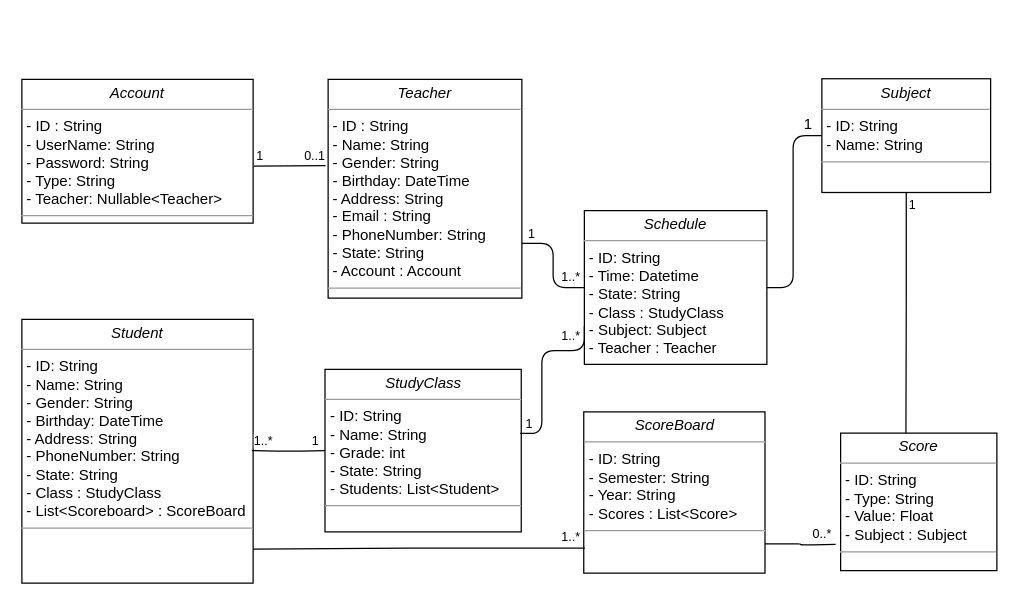
The draw.io diagram Docs/Class Diagram.drawio in lydongcanh/DO-AN-CONG-NGHE-MOI, before the edit. Source tidied: cells renumbered, new cells numbered last; positions are measured from the earlier drawing's top-left corner, leaving out a move shared by most shapes. Both pictures are drawn from the tidied source at 125%, with x=0, y=0 at pixel (21, 78).
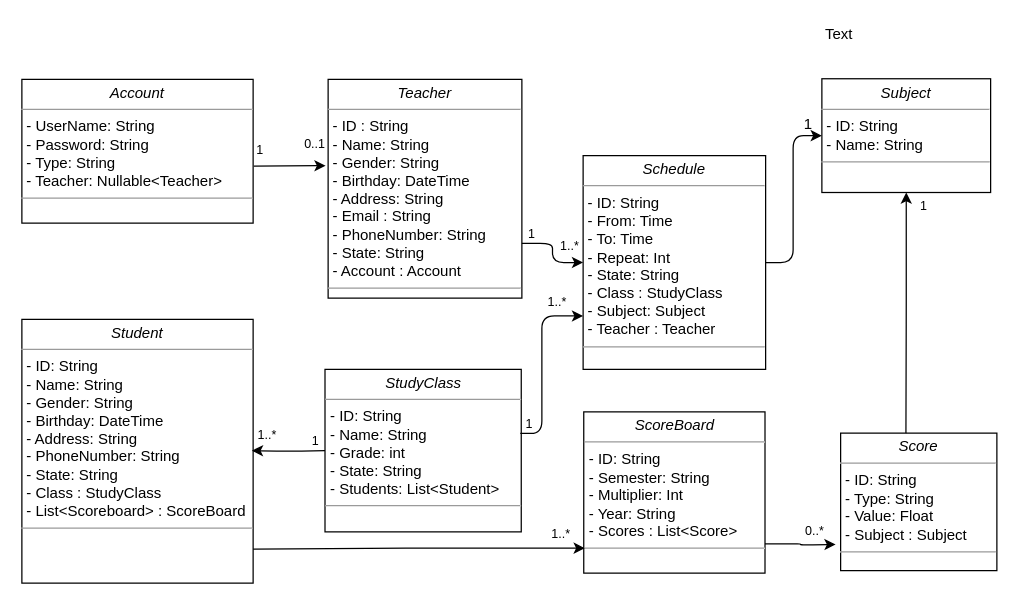
The same diagram, later.

Commit message (it also covers changes not shown here):
[Doc] Update report file, class & dynamodb diagrams.

Unchanged cells that the change refers to:
```xml
<mxCell id="3" value="&lt;p style=&quot;margin: 0px ; margin-top: 4px ; text-align: center&quot;&gt;&lt;i&gt;Teacher&lt;/i&gt;&lt;/p&gt;&lt;hr size=&quot;1&quot;&gt;&lt;p style=&quot;margin: 0px ; margin-left: 4px&quot;&gt;- ID : String&lt;/p&gt;&lt;p style=&quot;margin: 0px ; margin-left: 4px&quot;&gt;- Name: String&lt;/p&gt;&lt;p style=&quot;margin: 0px ; margin-left: 4px&quot;&gt;- Gender: String&lt;/p&gt;&lt;p style=&quot;margin: 0px ; margin-left: 4px&quot;&gt;- Birthday: DateTime&lt;/p&gt;&lt;p style=&quot;margin: 0px ; margin-left: 4px&quot;&gt;- Address: String&lt;/p&gt;&lt;p style=&quot;margin: 0px ; margin-left: 4px&quot;&gt;- Email : String&lt;/p&gt;&lt;p style=&quot;margin: 0px ; margin-left: 4px&quot;&gt;- PhoneNumber: String&lt;/p&gt;&lt;p style=&quot;margin: 0px ; margin-left: 4px&quot;&gt;- State: String&lt;/p&gt;&lt;p style=&quot;margin: 0px ; margin-left: 4px&quot;&gt;&lt;span&gt;- Account : Account&lt;/span&gt;&lt;br&gt;&lt;/p&gt;&lt;hr size=&quot;1&quot;&gt;&lt;p style=&quot;margin: 0px ; margin-left: 4px&quot;&gt;&lt;br&gt;&lt;br&gt;&lt;/p&gt;" style="verticalAlign=top;align=left;overflow=fill;fontSize=12;fontFamily=Helvetica;html=1;rounded=0;shadow=0;comic=0;labelBackgroundColor=none;strokeColor=#000000;strokeWidth=1;fillColor=#ffffff;" parent="1" vertex="1">
  <mxGeometry x="245" y="1" width="155" height="175" as="geometry" />
</mxCell>
<mxCell id="5" value="&lt;p style=&quot;margin: 0px ; margin-top: 4px ; text-align: center&quot;&gt;&lt;i&gt;Subject&lt;/i&gt;&lt;/p&gt;&lt;hr size=&quot;1&quot;&gt;&lt;p style=&quot;margin: 0px ; margin-left: 4px&quot;&gt;- ID: String&lt;/p&gt;&lt;p style=&quot;margin: 0px ; margin-left: 4px&quot;&gt;- Name: String&lt;/p&gt;&lt;hr size=&quot;1&quot;&gt;&lt;p style=&quot;margin: 0px ; margin-left: 4px&quot;&gt;&lt;br&gt;&lt;br&gt;&lt;/p&gt;" style="verticalAlign=top;align=left;overflow=fill;fontSize=12;fontFamily=Helvetica;html=1;rounded=0;shadow=0;comic=0;labelBackgroundColor=none;strokeColor=#000000;strokeWidth=1;fillColor=#ffffff;" parent="1" vertex="1">
  <mxGeometry x="640" y="0.5" width="135" height="91" as="geometry" />
</mxCell>
<mxCell id="7" value="&lt;p style=&quot;margin: 0px ; margin-top: 4px ; text-align: center&quot;&gt;&lt;i&gt;Score&lt;/i&gt;&lt;/p&gt;&lt;hr size=&quot;1&quot;&gt;&lt;p style=&quot;margin: 0px ; margin-left: 4px&quot;&gt;- ID: String&lt;/p&gt;&lt;p style=&quot;margin: 0px ; margin-left: 4px&quot;&gt;- Type: String&lt;/p&gt;&lt;p style=&quot;margin: 0px ; margin-left: 4px&quot;&gt;- Value: Float&lt;/p&gt;&lt;p style=&quot;margin: 0px ; margin-left: 4px&quot;&gt;- Subject : Subject&lt;br&gt;&lt;/p&gt;&lt;hr size=&quot;1&quot;&gt;&lt;p style=&quot;margin: 0px ; margin-left: 4px&quot;&gt;&lt;br&gt;&lt;br&gt;&lt;/p&gt;" style="verticalAlign=top;align=left;overflow=fill;fontSize=12;fontFamily=Helvetica;html=1;rounded=0;shadow=0;comic=0;labelBackgroundColor=none;strokeColor=#000000;strokeWidth=1;fillColor=#ffffff;" parent="1" vertex="1">
  <mxGeometry x="655" y="284" width="125" height="110" as="geometry" />
</mxCell>
<mxCell id="8" value="&lt;p style=&quot;margin: 0px ; margin-top: 4px ; text-align: center&quot;&gt;&lt;i&gt;Student&lt;/i&gt;&lt;/p&gt;&lt;hr size=&quot;1&quot;&gt;&lt;p style=&quot;margin: 0px ; margin-left: 4px&quot;&gt;- ID: String&lt;/p&gt;&lt;p style=&quot;margin: 0px ; margin-left: 4px&quot;&gt;- Name: String&lt;/p&gt;&lt;p style=&quot;margin: 0px ; margin-left: 4px&quot;&gt;- Gender: String&lt;/p&gt;&lt;p style=&quot;margin: 0px ; margin-left: 4px&quot;&gt;- Birthday: DateTime&lt;/p&gt;&lt;p style=&quot;margin: 0px ; margin-left: 4px&quot;&gt;- Address: String&lt;/p&gt;&lt;p style=&quot;margin: 0px ; margin-left: 4px&quot;&gt;- PhoneNumber: String&lt;/p&gt;&lt;p style=&quot;margin: 0px ; margin-left: 4px&quot;&gt;- State: String&lt;/p&gt;&lt;p style=&quot;margin: 0px ; margin-left: 4px&quot;&gt;- Class : StudyClass&lt;/p&gt;&lt;p style=&quot;margin: 0px ; margin-left: 4px&quot;&gt;&lt;span&gt;- List&amp;lt;Scoreboard&amp;gt; : ScoreBoard&lt;/span&gt;&lt;/p&gt;&lt;hr size=&quot;1&quot;&gt;&lt;p style=&quot;margin: 0px ; margin-left: 4px&quot;&gt;&lt;br&gt;&lt;br&gt;&lt;/p&gt;" style="verticalAlign=top;align=left;overflow=fill;fontSize=12;fontFamily=Helvetica;html=1;rounded=0;shadow=0;comic=0;labelBackgroundColor=none;strokeColor=#000000;strokeWidth=1;fillColor=#ffffff;" parent="1" vertex="1">
  <mxGeometry y="193" width="185" height="211" as="geometry" />
</mxCell>
<mxCell id="9" value="&lt;p style=&quot;margin: 0px ; margin-top: 4px ; text-align: center&quot;&gt;&lt;i&gt;StudyClass&lt;/i&gt;&lt;/p&gt;&lt;hr size=&quot;1&quot;&gt;&lt;p style=&quot;margin: 0px ; margin-left: 4px&quot;&gt;- ID: String&lt;/p&gt;&lt;p style=&quot;margin: 0px ; margin-left: 4px&quot;&gt;- Name: String&lt;/p&gt;&lt;p style=&quot;margin: 0px ; margin-left: 4px&quot;&gt;- Grade: int&lt;/p&gt;&lt;p style=&quot;margin: 0px ; margin-left: 4px&quot;&gt;- State: String&lt;/p&gt;&lt;p style=&quot;margin: 0px ; margin-left: 4px&quot;&gt;- Students: List&amp;lt;Student&amp;gt;&amp;nbsp;&lt;/p&gt;&lt;hr size=&quot;1&quot;&gt;&lt;p style=&quot;margin: 0px ; margin-left: 4px&quot;&gt;&lt;br&gt;&lt;br&gt;&lt;/p&gt;" style="verticalAlign=top;align=left;overflow=fill;fontSize=12;fontFamily=Helvetica;html=1;rounded=0;shadow=0;comic=0;labelBackgroundColor=none;strokeColor=#000000;strokeWidth=1;fillColor=#ffffff;" parent="1" vertex="1">
  <mxGeometry x="242.5" y="233" width="157" height="130" as="geometry" />
</mxCell>
```

Diff of the diagram source:
```diff
@@
-    <mxCell id="2" value="&lt;p style=&quot;margin: 0px ; margin-top: 4px ; text-align: center&quot;&gt;&lt;i&gt;Account&lt;/i&gt;&lt;/p&gt;&lt;hr size=&quot;1&quot;&gt;&lt;p style=&quot;margin: 0px ; margin-left: 4px&quot;&gt;- ID : String&lt;/p&gt;&lt;p style=&quot;margin: 0px ; margin-left: 4px&quot;&gt;- UserName: String&lt;/p&gt;&lt;p style=&quot;margin: 0px ; margin-left: 4px&quot;&gt;- Password: String&lt;/p&gt;&lt;p style=&quot;margin: 0px ; margin-left: 4px&quot;&gt;- Type: String&lt;/p&gt;&lt;p style=&quot;margin: 0px ; margin-left: 4px&quot;&gt;- Teacher: Nullable&amp;lt;Teacher&amp;gt;&lt;/p&gt;&lt;hr size=&quot;1&quot;&gt;&lt;p style=&quot;margin: 0px ; margin-left: 4px&quot;&gt;&lt;br&gt;&lt;br&gt;&lt;/p&gt;" style="verticalAlign=top;align=left;overflow=fill;fontSize=12;fontFamily=Helvetica;html=1;rounded=0;shadow=0;comic=0;labelBackgroundColor=none;strokeColor=#000000;strokeWidth=1;fillColor=#ffffff;" parent="1" vertex="1">
+    <mxCell id="2" value="&lt;p style=&quot;margin: 0px ; margin-top: 4px ; text-align: center&quot;&gt;&lt;i&gt;Account&lt;/i&gt;&lt;/p&gt;&lt;hr size=&quot;1&quot;&gt;&lt;p style=&quot;margin: 0px ; margin-left: 4px&quot;&gt;&lt;span&gt;- UserName: String&lt;/span&gt;&lt;br&gt;&lt;/p&gt;&lt;p style=&quot;margin: 0px ; margin-left: 4px&quot;&gt;- Password: String&lt;/p&gt;&lt;p style=&quot;margin: 0px ; margin-left: 4px&quot;&gt;- Type: String&lt;/p&gt;&lt;p style=&quot;margin: 0px ; margin-left: 4px&quot;&gt;- Teacher: Nullable&amp;lt;Teacher&amp;gt;&lt;/p&gt;&lt;hr size=&quot;1&quot;&gt;&lt;p style=&quot;margin: 0px ; margin-left: 4px&quot;&gt;&lt;br&gt;&lt;br&gt;&lt;/p&gt;" style="verticalAlign=top;align=left;overflow=fill;fontSize=12;fontFamily=Helvetica;html=1;rounded=0;shadow=0;comic=0;labelBackgroundColor=none;strokeColor=#000000;strokeWidth=1;fillColor=#ffffff;" parent="1" vertex="1">
       <mxGeometry y="1" width="185" height="115" as="geometry" />
     </mxCell>
@@
-    <mxCell id="4" value="&lt;p style=&quot;margin: 0px ; margin-top: 4px ; text-align: center&quot;&gt;&lt;i&gt;Schedule&lt;/i&gt;&lt;/p&gt;&lt;hr size=&quot;1&quot;&gt;&lt;p style=&quot;margin: 0px ; margin-left: 4px&quot;&gt;- ID: String&lt;/p&gt;&lt;p style=&quot;margin: 0px ; margin-left: 4px&quot;&gt;- Time: Datetime&lt;/p&gt;&lt;p style=&quot;margin: 0px ; margin-left: 4px&quot;&gt;- State: String&lt;/p&gt;&lt;p style=&quot;margin: 0px ; margin-left: 4px&quot;&gt;- Class : StudyClass&lt;/p&gt;&lt;p style=&quot;margin: 0px ; margin-left: 4px&quot;&gt;- Subject: Subject&lt;/p&gt;&lt;p style=&quot;margin: 0px ; margin-left: 4px&quot;&gt;- Teacher : Teacher&lt;/p&gt;&lt;hr size=&quot;1&quot;&gt;&lt;p style=&quot;margin: 0px ; margin-left: 4px&quot;&gt;&lt;br&gt;&lt;br&gt;&lt;/p&gt;" style="verticalAlign=top;align=left;overflow=fill;fontSize=12;fontFamily=Helvetica;html=1;rounded=0;shadow=0;comic=0;labelBackgroundColor=none;strokeColor=#000000;strokeWidth=1;fillColor=#ffffff;" parent="1" vertex="1">
-      <mxGeometry x="450" y="106" width="146" height="123" as="geometry" />
+    <mxCell id="4" value="&lt;p style=&quot;margin: 0px ; margin-top: 4px ; text-align: center&quot;&gt;&lt;i&gt;Schedule&lt;/i&gt;&lt;/p&gt;&lt;hr size=&quot;1&quot;&gt;&lt;p style=&quot;margin: 0px ; margin-left: 4px&quot;&gt;- ID: String&lt;/p&gt;&lt;p style=&quot;margin: 0px ; margin-left: 4px&quot;&gt;- From: Time&lt;/p&gt;&lt;p style=&quot;margin: 0px ; margin-left: 4px&quot;&gt;- To: Time&lt;/p&gt;&lt;p style=&quot;margin: 0px ; margin-left: 4px&quot;&gt;- Repeat: Int&lt;/p&gt;&lt;p style=&quot;margin: 0px ; margin-left: 4px&quot;&gt;- State: String&lt;/p&gt;&lt;p style=&quot;margin: 0px ; margin-left: 4px&quot;&gt;- Class : StudyClass&lt;/p&gt;&lt;p style=&quot;margin: 0px ; margin-left: 4px&quot;&gt;- Subject: Subject&lt;/p&gt;&lt;p style=&quot;margin: 0px ; margin-left: 4px&quot;&gt;- Teacher : Teacher&lt;/p&gt;&lt;hr size=&quot;1&quot;&gt;&lt;p style=&quot;margin: 0px ; margin-left: 4px&quot;&gt;&lt;br&gt;&lt;br&gt;&lt;/p&gt;" style="verticalAlign=top;align=left;overflow=fill;fontSize=12;fontFamily=Helvetica;html=1;rounded=0;shadow=0;comic=0;labelBackgroundColor=none;strokeColor=#000000;strokeWidth=1;fillColor=#ffffff;" parent="1" vertex="1">
+      <mxGeometry x="449" y="62" width="146" height="171" as="geometry" />
     </mxCell>
@@
-    <mxCell id="6" value="&lt;p style=&quot;margin: 0px ; margin-top: 4px ; text-align: center&quot;&gt;&lt;i&gt;ScoreBoard&lt;/i&gt;&lt;/p&gt;&lt;hr size=&quot;1&quot;&gt;&lt;p style=&quot;margin: 0px ; margin-left: 4px&quot;&gt;- ID: String&lt;/p&gt;&lt;p style=&quot;margin: 0px ; margin-left: 4px&quot;&gt;- Semester: String&lt;/p&gt;&lt;p style=&quot;margin: 0px ; margin-left: 4px&quot;&gt;- Year: String&lt;/p&gt;&lt;p style=&quot;margin: 0px ; margin-left: 4px&quot;&gt;- Scores : List&amp;lt;Score&amp;gt;&lt;/p&gt;&lt;hr size=&quot;1&quot;&gt;&lt;p style=&quot;margin: 0px ; margin-left: 4px&quot;&gt;&lt;br&gt;&lt;br&gt;&lt;/p&gt;" style="verticalAlign=top;align=left;overflow=fill;fontSize=12;fontFamily=Helvetica;html=1;rounded=0;shadow=0;comic=0;labelBackgroundColor=none;strokeColor=#000000;strokeWidth=1;fillColor=#ffffff;" parent="1" vertex="1">
+    <mxCell id="6" value="&lt;p style=&quot;margin: 0px ; margin-top: 4px ; text-align: center&quot;&gt;&lt;i&gt;ScoreBoard&lt;/i&gt;&lt;/p&gt;&lt;hr size=&quot;1&quot;&gt;&lt;p style=&quot;margin: 0px ; margin-left: 4px&quot;&gt;- ID: String&lt;/p&gt;&lt;p style=&quot;margin: 0px ; margin-left: 4px&quot;&gt;- Semester: String&lt;/p&gt;&lt;p style=&quot;margin: 0px ; margin-left: 4px&quot;&gt;- Multiplier: Int&lt;/p&gt;&lt;p style=&quot;margin: 0px ; margin-left: 4px&quot;&gt;- Year: String&lt;/p&gt;&lt;p style=&quot;margin: 0px ; margin-left: 4px&quot;&gt;- Scores : List&amp;lt;Score&amp;gt;&lt;/p&gt;&lt;hr size=&quot;1&quot;&gt;&lt;p style=&quot;margin: 0px ; margin-left: 4px&quot;&gt;&lt;br&gt;&lt;br&gt;&lt;/p&gt;" style="verticalAlign=top;align=left;overflow=fill;fontSize=12;fontFamily=Helvetica;html=1;rounded=0;shadow=0;comic=0;labelBackgroundColor=none;strokeColor=#000000;strokeWidth=1;fillColor=#ffffff;" parent="1" vertex="1">
       <mxGeometry x="449.5" y="267" width="145" height="129" as="geometry" />
     </mxCell>
@@
-    <mxCell id="10" style="endArrow=none;html=1;edgeStyle=orthogonalEdgeStyle;strokeColor=#000000;exitX=1.003;exitY=0.604;exitDx=0;exitDy=0;exitPerimeter=0;" parent="1" edge="1" source="2">
+    <mxCell id="10" style="endArrow=classic;html=1;edgeStyle=orthogonalEdgeStyle;strokeColor=#000000;exitX=1.003;exitY=0.604;exitDx=0;exitDy=0;exitPerimeter=0;endFill=1;" parent="1" edge="1" source="2">
       <mxGeometry relative="1" as="geometry">
         <mxPoint x="243" y="70" as="targetPoint" />
       </mxGeometry>
     </mxCell>
     <mxCell id="11" value="1" style="html=1;align=left;verticalAlign=bottom;labelBackgroundColor=#ffffff;fontSize=10;" parent="10" vertex="1">
-      <mxGeometry x="-1" relative="1" as="geometry" />
+      <mxGeometry x="-1" relative="1" as="geometry">
+        <mxPoint x="0.5" y="-5" as="offset" />
+      </mxGeometry>
     </mxCell>
     <mxCell id="12" value="0..1" style="html=1;align=right;verticalAlign=bottom;labelBackgroundColor=#ffffff;fontSize=10;" parent="10" vertex="1">
-      <mxGeometry x="1" relative="1" as="geometry" />
+      <mxGeometry x="1" relative="1" as="geometry">
+        <mxPoint y="-10.5" as="offset" />
+      </mxGeometry>
     </mxCell>
-    <mxCell id="13" style="endArrow=none;html=1;edgeStyle=orthogonalEdgeStyle;strokeColor=#000000;exitX=0.5;exitY=1;exitDx=0;exitDy=0;entryX=0.418;entryY=0;entryDx=0;entryDy=0;entryPerimeter=0;" parent="1" edge="1" source="5" target="7">
+    <mxCell id="13" style="endArrow=none;html=1;edgeStyle=orthogonalEdgeStyle;strokeColor=#000000;exitX=0.5;exitY=1;exitDx=0;exitDy=0;entryX=0.418;entryY=0;entryDx=0;entryDy=0;entryPerimeter=0;startArrow=classic;startFill=1;" parent="1" edge="1" source="5" target="7">
       <mxGeometry relative="1" as="geometry">
         <Array as="points">
           <mxPoint x="708" y="187" />
           <mxPoint x="707" y="187" />
         </Array>
       </mxGeometry>
     </mxCell>
     <mxCell id="14" value="1" style="html=1;align=left;verticalAlign=bottom;labelBackgroundColor=#ffffff;fontSize=10;" parent="13" vertex="1">
       <mxGeometry x="-1" relative="1" as="geometry">
-        <mxPoint y="17" as="offset" />
+        <mxPoint x="9.5" y="18" as="offset" />
       </mxGeometry>
     </mxCell>
-    <mxCell id="15" style="endArrow=none;html=1;edgeStyle=orthogonalEdgeStyle;strokeColor=#000000;entryX=1;entryY=0.75;entryDx=0;entryDy=0;exitX=0;exitY=0.5;exitDx=0;exitDy=0;" parent="1" edge="1" source="4" target="3">
+    <mxCell id="15" style="endArrow=none;html=1;edgeStyle=orthogonalEdgeStyle;strokeColor=#000000;entryX=1;entryY=0.75;entryDx=0;entryDy=0;exitX=0;exitY=0.5;exitDx=0;exitDy=0;startArrow=classic;startFill=1;fillColor=#f5f5f5;" parent="1" edge="1" source="4" target="3">
       <mxGeometry relative="1" as="geometry" />
     </mxCell>
     <mxCell id="16" value="1..*" style="html=1;align=left;verticalAlign=bottom;labelBackgroundColor=#ffffff;fontSize=10;" parent="15" vertex="1">
       <mxGeometry x="-1" relative="1" as="geometry">
-        <mxPoint x="-20.5" y="-1" as="offset" />
+        <mxPoint x="-20.5" y="-6" as="offset" />
       </mxGeometry>
     </mxCell>
@@
-    <mxCell id="18" style="endArrow=none;html=1;edgeStyle=orthogonalEdgeStyle;strokeColor=#000000;entryX=0.995;entryY=0.394;entryDx=0;entryDy=0;exitX=0;exitY=0.75;exitDx=0;exitDy=0;entryPerimeter=0;" parent="1" edge="1" source="4" target="9">
+    <mxCell id="18" style="endArrow=none;html=1;edgeStyle=orthogonalEdgeStyle;strokeColor=#000000;entryX=0.995;entryY=0.394;entryDx=0;entryDy=0;exitX=0;exitY=0.75;exitDx=0;exitDy=0;entryPerimeter=0;startArrow=classic;startFill=1;" parent="1" edge="1" source="4" target="9">
       <mxGeometry relative="1" as="geometry">
         <Array as="points">
-          <mxPoint x="450" y="218" />
-          <mxPoint x="416" y="218" />
+          <mxPoint x="416" y="190" />
           <mxPoint x="416" y="284" />
         </Array>
       </mxGeometry>
     </mxCell>
     <mxCell id="19" value="1..*" style="html=1;align=left;verticalAlign=bottom;labelBackgroundColor=#ffffff;fontSize=10;" parent="18" vertex="1">
       <mxGeometry x="-1" relative="1" as="geometry">
-        <mxPoint x="-20" y="16" as="offset" />
+        <mxPoint x="-30" y="-3.5" as="offset" />
       </mxGeometry>
     </mxCell>
@@
-    <mxCell id="21" style="endArrow=none;html=1;edgeStyle=orthogonalEdgeStyle;strokeColor=#000000;" parent="1" edge="1" target="9">
+    <mxCell id="21" style="endArrow=none;html=1;edgeStyle=orthogonalEdgeStyle;strokeColor=#000000;startArrow=classic;startFill=1;" parent="1" edge="1" target="9">
       <mxGeometry relative="1" as="geometry">
         <mxPoint x="184" y="298" as="sourcePoint" />
       </mxGeometry>
     </mxCell>
     <mxCell id="22" value="1..*" style="html=1;align=left;verticalAlign=bottom;labelBackgroundColor=#ffffff;fontSize=10;" parent="21" vertex="1">
-      <mxGeometry x="-1" relative="1" as="geometry" />
+      <mxGeometry x="-1" relative="1" as="geometry">
+        <mxPoint x="2.5" y="-5.5" as="offset" />
+      </mxGeometry>
     </mxCell>
@@
-    <mxCell id="24" style="endArrow=none;html=1;edgeStyle=orthogonalEdgeStyle;strokeColor=#000000;exitX=0.006;exitY=0.845;exitDx=0;exitDy=0;exitPerimeter=0;entryX=1;entryY=0.871;entryDx=0;entryDy=0;entryPerimeter=0;" parent="1" edge="1" source="6" target="8">
+    <mxCell id="24" style="endArrow=none;html=1;edgeStyle=orthogonalEdgeStyle;strokeColor=#000000;exitX=0.006;exitY=0.845;exitDx=0;exitDy=0;exitPerimeter=0;entryX=1;entryY=0.871;entryDx=0;entryDy=0;entryPerimeter=0;startArrow=classic;startFill=1;" parent="1" edge="1" source="6" target="8">
       <mxGeometry relative="1" as="geometry" />
     </mxCell>
     <mxCell id="25" value="1..*" style="html=1;align=left;verticalAlign=bottom;labelBackgroundColor=#ffffff;fontSize=10;" parent="24" vertex="1">
       <mxGeometry x="-1" relative="1" as="geometry">
-        <mxPoint x="-20.5" y="-1" as="offset" />
+        <mxPoint x="-28" y="-4" as="offset" />
       </mxGeometry>
     </mxCell>
-    <mxCell id="26" style="endArrow=none;html=1;edgeStyle=orthogonalEdgeStyle;strokeColor=#000000;entryX=1;entryY=0.818;entryDx=0;entryDy=0;entryPerimeter=0;" parent="1" edge="1" target="6">
+    <mxCell id="26" style="endArrow=none;html=1;edgeStyle=orthogonalEdgeStyle;strokeColor=#000000;entryX=1;entryY=0.818;entryDx=0;entryDy=0;entryPerimeter=0;startArrow=classic;startFill=1;" parent="1" edge="1" target="6">
       <mxGeometry relative="1" as="geometry">
         <mxPoint x="651" y="373" as="sourcePoint" />
       </mxGeometry>
     </mxCell>
     <mxCell id="27" value="0..*" style="html=1;align=left;verticalAlign=bottom;labelBackgroundColor=#ffffff;fontSize=10;" parent="26" vertex="1">
       <mxGeometry x="-1" relative="1" as="geometry">
-        <mxPoint x="-20.5" y="-1" as="offset" />
+        <mxPoint x="-26" y="-3.5" as="offset" />
       </mxGeometry>
     </mxCell>
@@
-    <mxCell id="29" style="endArrow=none;html=1;edgeStyle=orthogonalEdgeStyle;strokeColor=#000000;exitX=0;exitY=0.5;exitDx=0;exitDy=0;entryX=1;entryY=0.5;entryDx=0;entryDy=0;" parent="1" edge="1" source="5" target="4">
+    <mxCell id="29" style="endArrow=none;html=1;edgeStyle=orthogonalEdgeStyle;strokeColor=#000000;exitX=0;exitY=0.5;exitDx=0;exitDy=0;entryX=1;entryY=0.5;entryDx=0;entryDy=0;startArrow=classic;startFill=1;" parent="1" edge="1" source="5" target="4">
       <mxGeometry relative="1" as="geometry">
         <Array as="points">
           <mxPoint x="617" y="46" />
-          <mxPoint x="617" y="168" />
+          <mxPoint x="617" y="148" />
         </Array>
       </mxGeometry>
     </mxCell>
+    <mxCell id="30" value="Text" style="text;html=1;align=left;verticalAlign=top;spacingTop=-4;" parent="1" vertex="1">
+      <mxGeometry x="641" y="-45" width="32" height="14" as="geometry" />
+    </mxCell>
```
